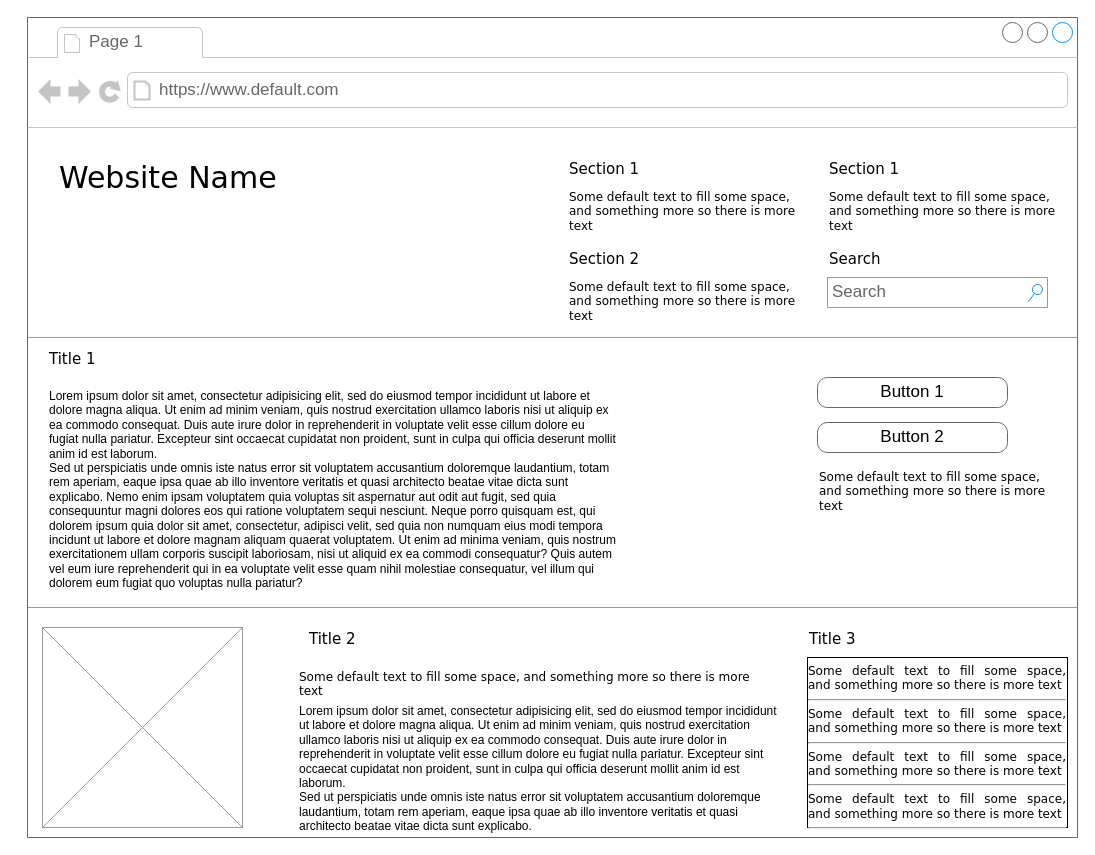
This is Diagrama sem título.drawio from AndreConforti/minicurso_de_Python, a draw.io file, before an edit. Source tidied: cells renumbered, new cells numbered last; positions are measured from the earlier drawing's top-left corner, leaving out a move shared by most shapes. Both pictures are drawn from the tidied source at 100%, with x=0, y=0 at pixel (27, 17).
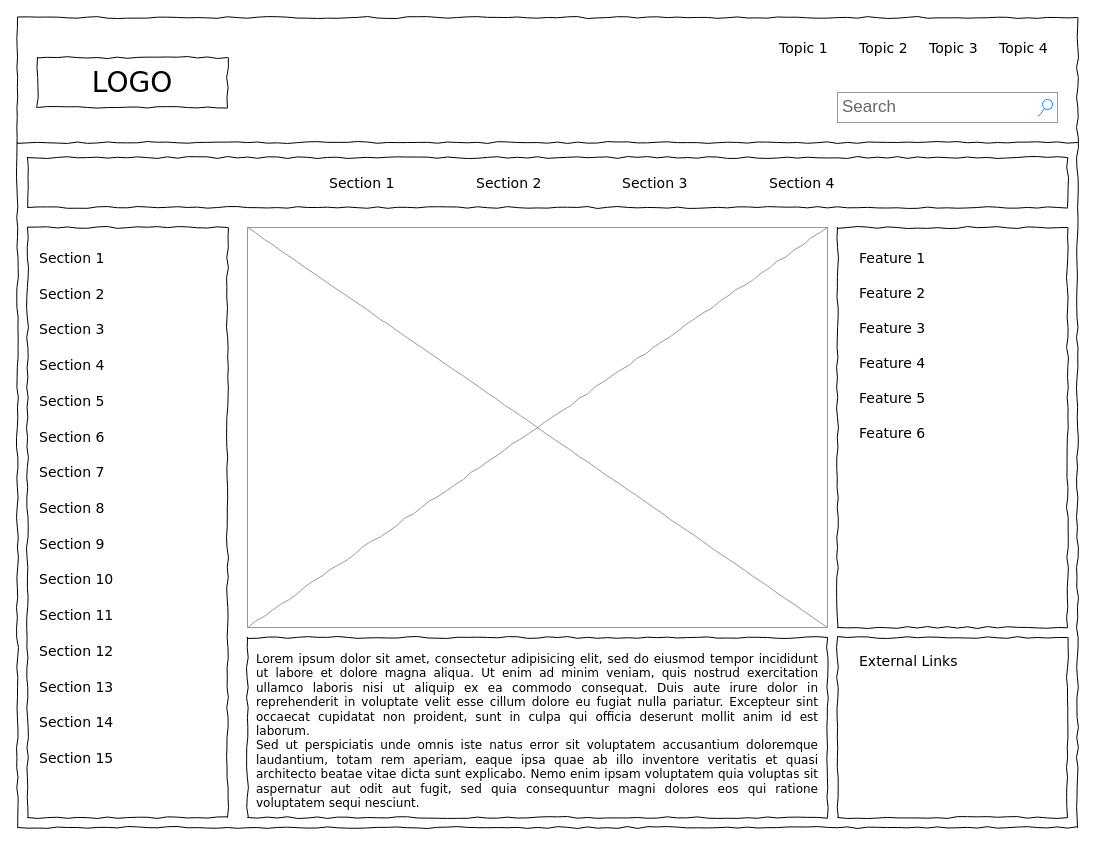
Above is the later version.

What changed in the source:
```diff
@@
-    <mxCell id="2" style="strokeWidth=1;shadow=0;dashed=0;align=center;html=1;shape=mxgraph.mockup.containers.browserWindow;rSize=0;strokeColor=#666666;mainText=,;rounded=0;labelBackgroundColor=none;fontFamily=Verdana;fontSize=12;" parent="1" vertex="1">
-      <mxGeometry width="1050" height="820" as="geometry" />
-    </mxCell>
-    <mxCell id="3" value="Page 1" style="strokeWidth=1;shadow=0;dashed=0;align=center;html=1;shape=mxgraph.mockup.containers.anchor;fontSize=17;fontColor=#666666;align=left;" parent="2" vertex="1">
-      <mxGeometry x="60" y="12" width="110" height="26" as="geometry" />
-    </mxCell>
-    <mxCell id="4" value="https://www.default.com" style="strokeWidth=1;shadow=0;dashed=0;align=center;html=1;shape=mxgraph.mockup.containers.anchor;rSize=0;fontSize=17;fontColor=#666666;align=left;" parent="2" vertex="1">
-      <mxGeometry x="130" y="60" width="250" height="26" as="geometry" />
-    </mxCell>
-    <mxCell id="5" value="Website Name" style="text;html=1;align=left;verticalAlign=top;spacingTop=-4;fontSize=30;fontFamily=Verdana;" parent="2" vertex="1">
-      <mxGeometry x="30" y="140" width="340" height="50" as="geometry" />
-    </mxCell>
-    <mxCell id="6" value="Section 1" style="text;html=1;align=left;verticalAlign=top;spacingTop=-4;fontSize=15;fontFamily=Verdana;" parent="2" vertex="1">
-      <mxGeometry x="540" y="140" width="170" height="30" as="geometry" />
-    </mxCell>
-    <mxCell id="7" value="Some default text to fill some space, and&amp;nbsp;&lt;span&gt;something more so there is more text&lt;/span&gt;" style="text;html=1;align=left;verticalAlign=top;spacingTop=-4;fontSize=12;fontFamily=Verdana;whiteSpace=wrap;" parent="2" vertex="1">
-      <mxGeometry x="540" y="170" width="240" height="40" as="geometry" />
-    </mxCell>
-    <mxCell id="8" value="Section 2" style="text;html=1;align=left;verticalAlign=top;spacingTop=-4;fontSize=15;fontFamily=Verdana;" parent="2" vertex="1">
-      <mxGeometry x="540" y="230" width="170" height="30" as="geometry" />
-    </mxCell>
-    <mxCell id="9" value="Some default text to fill some space, and&amp;nbsp;&lt;span&gt;something more so there is more text&lt;/span&gt;" style="text;html=1;align=left;verticalAlign=top;spacingTop=-4;fontSize=12;fontFamily=Verdana;whiteSpace=wrap;" parent="2" vertex="1">
-      <mxGeometry x="540" y="260" width="240" height="40" as="geometry" />
-    </mxCell>
-    <mxCell id="10" value="Section 1" style="text;html=1;align=left;verticalAlign=top;spacingTop=-4;fontSize=15;fontFamily=Verdana;" parent="2" vertex="1">
-      <mxGeometry x="800" y="140" width="170" height="30" as="geometry" />
-    </mxCell>
-    <mxCell id="11" value="Some default text to fill some space, and&amp;nbsp;&lt;span&gt;something more so there is more text&lt;/span&gt;" style="text;html=1;align=left;verticalAlign=top;spacingTop=-4;fontSize=12;fontFamily=Verdana;whiteSpace=wrap;" parent="2" vertex="1">
-      <mxGeometry x="800" y="170" width="240" height="40" as="geometry" />
-    </mxCell>
-    <mxCell id="12" value="Search" style="text;html=1;align=left;verticalAlign=top;spacingTop=-4;fontSize=15;fontFamily=Verdana;" parent="2" vertex="1">
-      <mxGeometry x="800" y="230" width="170" height="30" as="geometry" />
-    </mxCell>
-    <mxCell id="13" value="Search" style="strokeWidth=1;shadow=0;dashed=0;align=center;html=1;shape=mxgraph.mockup.forms.searchBox;strokeColor=#999999;mainText=;strokeColor2=#008cff;fontColor=#666666;fontSize=17;align=left;spacingLeft=3;rounded=0;labelBackgroundColor=none;" parent="2" vertex="1">
-      <mxGeometry x="800" y="260" width="220" height="30" as="geometry" />
-    </mxCell>
-    <mxCell id="14" style="verticalLabelPosition=bottom;shadow=0;dashed=0;align=center;html=1;verticalAlign=top;strokeWidth=1;shape=mxgraph.mockup.markup.line;strokeColor=#999999;rounded=0;labelBackgroundColor=none;fillColor=#ffffff;fontFamily=Verdana;fontSize=12;fontColor=#000000;" parent="2" vertex="1">
-      <mxGeometry y="310" width="1050" height="20" as="geometry" />
-    </mxCell>
-    <mxCell id="15" value="Title 1" style="text;html=1;align=left;verticalAlign=top;spacingTop=-4;fontSize=15;fontFamily=Verdana;" parent="2" vertex="1">
-      <mxGeometry x="20" y="330" width="170" height="30" as="geometry" />
-    </mxCell>
-    <mxCell id="16" value="Lorem ipsum dolor sit amet, consectetur adipisicing elit, sed do eiusmod tempor incididunt ut labore et dolore magna aliqua. Ut enim ad minim veniam, quis nostrud exercitation ullamco laboris nisi ut aliquip ex ea commodo consequat. Duis aute irure dolor in reprehenderit in voluptate velit esse cillum dolore eu fugiat nulla pariatur. Excepteur sint occaecat cupidatat non proident, sunt in culpa qui officia deserunt mollit anim id est laborum.&#10;Sed ut perspiciatis unde omnis iste natus error sit voluptatem accusantium doloremque laudantium, totam rem aperiam, eaque ipsa quae ab illo inventore veritatis et quasi architecto beatae vitae dicta sunt explicabo. Nemo enim ipsam voluptatem quia voluptas sit aspernatur aut odit aut fugit, sed quia consequuntur magni dolores eos qui ratione voluptatem sequi nesciunt. Neque porro quisquam est, qui dolorem ipsum quia dolor sit amet, consectetur, adipisci velit, sed quia non numquam eius modi tempora incidunt ut labore et dolore magnam aliquam quaerat voluptatem. Ut enim ad minima veniam, quis nostrum exercitationem ullam corporis suscipit laboriosam, nisi ut aliquid ex ea commodi consequatur? Quis autem vel eum iure reprehenderit qui in ea voluptate velit esse quam nihil molestiae consequatur, vel illum qui dolorem eum fugiat quo voluptas nulla pariatur?" style="text;spacingTop=-5;whiteSpace=wrap;html=1;align=left;fontSize=12;fontFamily=Helvetica;fillColor=none;strokeColor=none;rounded=0;shadow=1;labelBackgroundColor=none;" parent="2" vertex="1">
-      <mxGeometry x="20" y="370" width="570" height="240" as="geometry" />
-    </mxCell>
-    <mxCell id="17" value="Button 1" style="strokeWidth=1;shadow=0;dashed=0;align=center;html=1;shape=mxgraph.mockup.buttons.button;strokeColor=#666666;mainText=;buttonStyle=round;fontSize=17;fontStyle=0;fillColor=none;whiteSpace=wrap;rounded=0;labelBackgroundColor=none;" parent="2" vertex="1">
-      <mxGeometry x="790" y="360" width="190" height="30" as="geometry" />
-    </mxCell>
-    <mxCell id="18" value="Button 2" style="strokeWidth=1;shadow=0;dashed=0;align=center;html=1;shape=mxgraph.mockup.buttons.button;strokeColor=#666666;mainText=;buttonStyle=round;fontSize=17;fontStyle=0;fillColor=none;whiteSpace=wrap;rounded=0;labelBackgroundColor=none;" parent="2" vertex="1">
-      <mxGeometry x="790" y="405" width="190" height="30" as="geometry" />
-    </mxCell>
-    <mxCell id="19" value="Some default text to fill some space, and&amp;nbsp;&lt;span&gt;something more so there is more text&lt;/span&gt;" style="text;html=1;align=left;verticalAlign=top;spacingTop=-4;fontSize=12;fontFamily=Verdana;whiteSpace=wrap;" parent="2" vertex="1">
-      <mxGeometry x="790" y="450" width="240" height="40" as="geometry" />
-    </mxCell>
-    <mxCell id="20" style="verticalLabelPosition=bottom;shadow=0;dashed=0;align=center;html=1;verticalAlign=top;strokeWidth=1;shape=mxgraph.mockup.markup.line;strokeColor=#999999;rounded=0;labelBackgroundColor=none;fillColor=#ffffff;fontFamily=Verdana;fontSize=12;fontColor=#000000;" parent="2" vertex="1">
-      <mxGeometry y="580" width="1050" height="20" as="geometry" />
-    </mxCell>
-    <mxCell id="21" style="verticalLabelPosition=bottom;shadow=0;dashed=0;align=center;html=1;verticalAlign=top;strokeWidth=1;shape=mxgraph.mockup.graphics.simpleIcon;strokeColor=#999999;fillColor=#ffffff;rounded=0;labelBackgroundColor=none;fontFamily=Verdana;fontSize=12;fontColor=#000000;" parent="2" vertex="1">
-      <mxGeometry x="15" y="610" width="200" height="200" as="geometry" />
-    </mxCell>
-    <mxCell id="22" value="Title 2" style="text;html=1;align=left;verticalAlign=top;spacingTop=-4;fontSize=15;fontFamily=Verdana;" parent="2" vertex="1">
-      <mxGeometry x="280" y="610" width="170" height="30" as="geometry" />
-    </mxCell>
-    <mxCell id="23" value="Title 3" style="text;html=1;align=left;verticalAlign=top;spacingTop=-4;fontSize=15;fontFamily=Verdana;" parent="2" vertex="1">
-      <mxGeometry x="780" y="610" width="170" height="30" as="geometry" />
-    </mxCell>
-    <mxCell id="24" value="&lt;div style=&quot;text-align: justify&quot;&gt;&lt;span&gt;Some default text to fill some space, and&amp;nbsp;&lt;/span&gt;&lt;span&gt;something more so there is more text&lt;/span&gt;&lt;/div&gt;&lt;div style=&quot;text-align: justify&quot;&gt;&lt;hr id=&quot;null&quot; style=&quot;text-align: justify&quot;&gt;&lt;span&gt;&lt;div style=&quot;text-align: justify&quot;&gt;&lt;span&gt;Some default text to fill some space, and&amp;nbsp;&lt;/span&gt;&lt;span&gt;something more so there is more text&lt;/span&gt;&lt;/div&gt;&lt;/span&gt;&lt;/div&gt;&lt;hr id=&quot;null&quot; style=&quot;text-align: justify&quot;&gt;&lt;span&gt;&lt;div style=&quot;text-align: justify&quot;&gt;&lt;span&gt;Some default text to fill some space, and&amp;nbsp;&lt;/span&gt;&lt;span&gt;something more so there is more text&lt;/span&gt;&lt;/div&gt;&lt;/span&gt;&lt;hr id=&quot;null&quot; style=&quot;text-align: justify&quot;&gt;&lt;span&gt;&lt;div style=&quot;text-align: justify&quot;&gt;&lt;span&gt;Some default text to fill some space, and&amp;nbsp;&lt;/span&gt;&lt;span&gt;something more so there is more text&lt;/span&gt;&lt;/div&gt;&lt;/span&gt;&lt;hr id=&quot;null&quot; style=&quot;text-align: left&quot;&gt;" style="whiteSpace=wrap;html=1;rounded=0;shadow=0;labelBackgroundColor=none;strokeWidth=1;fontFamily=Verdana;fontSize=12;align=center;verticalAlign=top;" parent="2" vertex="1">
-      <mxGeometry x="780" y="640" width="260" height="170" as="geometry" />
-    </mxCell>
-    <mxCell id="25" value="Some default text to fill some space, and&amp;nbsp;&lt;span&gt;something more so there is more text&lt;/span&gt;" style="text;html=1;align=left;verticalAlign=top;spacingTop=-4;fontSize=12;fontFamily=Verdana;whiteSpace=wrap;" parent="2" vertex="1">
-      <mxGeometry x="270" y="650" width="470" height="40" as="geometry" />
-    </mxCell>
-    <mxCell id="26" value="Lorem ipsum dolor sit amet, consectetur adipisicing elit, sed do eiusmod tempor incididunt ut labore et dolore magna aliqua. Ut enim ad minim veniam, quis nostrud exercitation ullamco laboris nisi ut aliquip ex ea commodo consequat. Duis aute irure dolor in reprehenderit in voluptate velit esse cillum dolore eu fugiat nulla pariatur. Excepteur sint occaecat cupidatat non proident, sunt in culpa qui officia deserunt mollit anim id est laborum.&lt;br&gt;Sed ut perspiciatis unde omnis iste natus error sit voluptatem accusantium doloremque laudantium, totam rem aperiam, eaque ipsa quae ab illo inventore veritatis et quasi architecto beatae vitae dicta sunt explicabo.&amp;nbsp;" style="text;spacingTop=-5;whiteSpace=wrap;html=1;align=left;fontSize=12;fontFamily=Helvetica;fillColor=none;strokeColor=none;rounded=0;shadow=1;labelBackgroundColor=none;" parent="1" vertex="1">
-      <mxGeometry x="270" y="685" width="490" height="125" as="geometry" />
-    </mxCell>
+    <mxCell id="27" style="whiteSpace=wrap;html=1;rounded=0;shadow=0;labelBackgroundColor=none;strokeColor=#000000;strokeWidth=1;fillColor=none;fontFamily=Verdana;fontSize=12;fontColor=#000000;align=center;comic=1;" parent="1" vertex="1">
+      <mxGeometry x="-10" width="1060" height="810" as="geometry" />
+    </mxCell>
+    <mxCell id="28" value="LOGO" style="whiteSpace=wrap;html=1;rounded=0;shadow=0;labelBackgroundColor=none;strokeWidth=1;fontFamily=Verdana;fontSize=28;align=center;comic=1;" parent="1" vertex="1">
+      <mxGeometry x="10" y="40" width="190" height="50" as="geometry" />
+    </mxCell>
+    <mxCell id="29" value="Search" style="strokeWidth=1;shadow=0;dashed=0;align=center;html=1;shape=mxgraph.mockup.forms.searchBox;strokeColor=#999999;mainText=;strokeColor2=#008cff;fontColor=#666666;fontSize=17;align=left;spacingLeft=3;rounded=0;labelBackgroundColor=none;comic=1;" parent="1" vertex="1">
+      <mxGeometry x="810" y="75" width="220" height="30" as="geometry" />
+    </mxCell>
+    <mxCell id="30" value="Topic 1" style="text;html=1;align=left;verticalAlign=top;spacingTop=-4;fontSize=14;fontFamily=Verdana;" parent="1" vertex="1">
+      <mxGeometry x="750" y="20" width="60" height="20" as="geometry" />
+    </mxCell>
+    <mxCell id="31" value="Topic 2" style="text;html=1;align=left;verticalAlign=top;spacingTop=-4;fontSize=14;fontFamily=Verdana;" parent="1" vertex="1">
+      <mxGeometry x="830" y="20" width="60" height="20" as="geometry" />
+    </mxCell>
+    <mxCell id="32" value="Topic 3" style="text;html=1;align=left;verticalAlign=top;spacingTop=-4;fontSize=14;fontFamily=Verdana;" parent="1" vertex="1">
+      <mxGeometry x="900" y="20" width="60" height="20" as="geometry" />
+    </mxCell>
+    <mxCell id="33" value="Topic 4" style="text;html=1;align=left;verticalAlign=top;spacingTop=-4;fontSize=14;fontFamily=Verdana;" parent="1" vertex="1">
+      <mxGeometry x="970" y="20" width="60" height="20" as="geometry" />
+    </mxCell>
+    <mxCell id="34" style="whiteSpace=wrap;html=1;rounded=0;shadow=0;labelBackgroundColor=none;strokeWidth=1;fillColor=none;fontFamily=Verdana;fontSize=12;align=center;comic=1;" parent="1" vertex="1">
+      <mxGeometry y="210" width="200" height="590" as="geometry" />
+    </mxCell>
+    <mxCell id="35" style="line;strokeWidth=1;html=1;rounded=0;shadow=0;labelBackgroundColor=none;fillColor=none;fontFamily=Verdana;fontSize=14;fontColor=#000000;align=center;comic=1;" parent="1" vertex="1">
+      <mxGeometry x="-10" y="120" width="1060" height="10" as="geometry" />
+    </mxCell>
+    <mxCell id="36" style="whiteSpace=wrap;html=1;rounded=0;shadow=0;labelBackgroundColor=none;strokeWidth=1;fillColor=none;fontFamily=Verdana;fontSize=12;align=center;comic=1;" parent="1" vertex="1">
+      <mxGeometry y="140" width="1040" height="50" as="geometry" />
+    </mxCell>
+    <mxCell id="37" value="Section 1" style="text;html=1;align=left;verticalAlign=top;spacingTop=-4;fontSize=14;fontFamily=Verdana;" parent="1" vertex="1">
+      <mxGeometry x="300" y="155" width="60" height="20" as="geometry" />
+    </mxCell>
+    <mxCell id="38" value="Section 2" style="text;html=1;align=left;verticalAlign=top;spacingTop=-4;fontSize=14;fontFamily=Verdana;" parent="1" vertex="1">
+      <mxGeometry x="447" y="155" width="60" height="20" as="geometry" />
+    </mxCell>
+    <mxCell id="39" value="Section 3" style="text;html=1;align=left;verticalAlign=top;spacingTop=-4;fontSize=14;fontFamily=Verdana;" parent="1" vertex="1">
+      <mxGeometry x="593" y="155" width="60" height="20" as="geometry" />
+    </mxCell>
+    <mxCell id="40" value="Section 4" style="text;html=1;align=left;verticalAlign=top;spacingTop=-4;fontSize=14;fontFamily=Verdana;" parent="1" vertex="1">
+      <mxGeometry x="740" y="155" width="60" height="20" as="geometry" />
+    </mxCell>
+    <mxCell id="41" value="&lt;div style=&quot;text-align: justify&quot;&gt;&lt;span&gt;Lorem ipsum dolor sit amet, consectetur adipisicing elit, sed do eiusmod tempor incididunt ut labore et dolore magna aliqua. Ut enim ad minim veniam, quis nostrud exercitation ullamco laboris nisi ut aliquip ex ea commodo consequat. Duis aute irure dolor in reprehenderit in voluptate velit esse cillum dolore eu fugiat nulla pariatur. Excepteur sint occaecat cupidatat non proident, sunt in culpa qui officia deserunt mollit anim id est laborum.&lt;/span&gt;&lt;/div&gt;&lt;div style=&quot;text-align: justify&quot;&gt;&lt;span&gt;Sed ut perspiciatis unde omnis iste natus error sit voluptatem accusantium doloremque laudantium, totam rem aperiam, eaque ipsa quae ab illo inventore veritatis et quasi architecto beatae vitae dicta sunt explicabo. Nemo enim ipsam voluptatem quia voluptas sit aspernatur aut odit aut fugit, sed quia consequuntur magni dolores eos qui ratione voluptatem sequi nesciunt.&amp;nbsp;&lt;/span&gt;&lt;/div&gt;" style="whiteSpace=wrap;html=1;rounded=0;shadow=0;labelBackgroundColor=none;strokeWidth=1;fillColor=none;fontFamily=Verdana;fontSize=12;align=center;verticalAlign=top;spacing=10;comic=1;" parent="1" vertex="1">
+      <mxGeometry x="220" y="620" width="580" height="180" as="geometry" />
+    </mxCell>
+    <mxCell id="42" style="verticalLabelPosition=bottom;shadow=0;dashed=0;align=center;html=1;verticalAlign=top;strokeWidth=1;shape=mxgraph.mockup.graphics.simpleIcon;strokeColor=#999999;rounded=0;labelBackgroundColor=none;fontFamily=Verdana;fontSize=14;fontColor=#000000;comic=1;" parent="1" vertex="1">
+      <mxGeometry x="220" y="210" width="580" height="400" as="geometry" />
+    </mxCell>
+    <mxCell id="43" style="whiteSpace=wrap;html=1;rounded=0;shadow=0;labelBackgroundColor=none;strokeWidth=1;fillColor=none;fontFamily=Verdana;fontSize=12;align=center;comic=1;" parent="1" vertex="1">
+      <mxGeometry x="810" y="210" width="230" height="400" as="geometry" />
+    </mxCell>
+    <mxCell id="44" style="whiteSpace=wrap;html=1;rounded=0;shadow=0;labelBackgroundColor=none;strokeWidth=1;fillColor=none;fontFamily=Verdana;fontSize=12;align=center;comic=1;" parent="1" vertex="1">
+      <mxGeometry x="810" y="620" width="230" height="180" as="geometry" />
+    </mxCell>
+    <mxCell id="45" value="Section 1" style="text;html=1;align=left;verticalAlign=top;spacingTop=-4;fontSize=14;fontFamily=Verdana;" parent="1" vertex="1">
+      <mxGeometry x="10" y="230" width="170" height="20" as="geometry" />
+    </mxCell>
+    <mxCell id="46" value="Section 2" style="text;html=1;align=left;verticalAlign=top;spacingTop=-4;fontSize=14;fontFamily=Verdana;" parent="1" vertex="1">
+      <mxGeometry x="10" y="266" width="170" height="20" as="geometry" />
+    </mxCell>
+    <mxCell id="47" value="Section 3" style="text;html=1;align=left;verticalAlign=top;spacingTop=-4;fontSize=14;fontFamily=Verdana;" parent="1" vertex="1">
+      <mxGeometry x="10" y="301" width="170" height="20" as="geometry" />
+    </mxCell>
+    <mxCell id="48" value="Section 4" style="text;html=1;align=left;verticalAlign=top;spacingTop=-4;fontSize=14;fontFamily=Verdana;" parent="1" vertex="1">
+      <mxGeometry x="10" y="337" width="170" height="20" as="geometry" />
+    </mxCell>
+    <mxCell id="49" value="Section 7" style="text;html=1;align=left;verticalAlign=top;spacingTop=-4;fontSize=14;fontFamily=Verdana;" parent="1" vertex="1">
+      <mxGeometry x="10" y="444" width="170" height="20" as="geometry" />
+    </mxCell>
+    <mxCell id="50" value="Section 8" style="text;html=1;align=left;verticalAlign=top;spacingTop=-4;fontSize=14;fontFamily=Verdana;" parent="1" vertex="1">
+      <mxGeometry x="10" y="480" width="170" height="20" as="geometry" />
+    </mxCell>
+    <mxCell id="51" value="Section 9" style="text;html=1;align=left;verticalAlign=top;spacingTop=-4;fontSize=14;fontFamily=Verdana;" parent="1" vertex="1">
+      <mxGeometry x="10" y="516" width="170" height="20" as="geometry" />
+    </mxCell>
+    <mxCell id="52" value="Section 10" style="text;html=1;align=left;verticalAlign=top;spacingTop=-4;fontSize=14;fontFamily=Verdana;" parent="1" vertex="1">
+      <mxGeometry x="10" y="551" width="170" height="20" as="geometry" />
+    </mxCell>
+    <mxCell id="53" value="Section 11" style="text;html=1;align=left;verticalAlign=top;spacingTop=-4;fontSize=14;fontFamily=Verdana;" parent="1" vertex="1">
+      <mxGeometry x="10" y="587" width="170" height="20" as="geometry" />
+    </mxCell>
+    <mxCell id="54" value="Section 12" style="text;html=1;align=left;verticalAlign=top;spacingTop=-4;fontSize=14;fontFamily=Verdana;" parent="1" vertex="1">
+      <mxGeometry x="10" y="623" width="170" height="20" as="geometry" />
+    </mxCell>
+    <mxCell id="55" value="Section 13" style="text;html=1;align=left;verticalAlign=top;spacingTop=-4;fontSize=14;fontFamily=Verdana;" parent="1" vertex="1">
+      <mxGeometry x="10" y="659" width="170" height="20" as="geometry" />
+    </mxCell>
+    <mxCell id="56" value="Section 14" style="text;html=1;align=left;verticalAlign=top;spacingTop=-4;fontSize=14;fontFamily=Verdana;" parent="1" vertex="1">
+      <mxGeometry x="10" y="694" width="170" height="20" as="geometry" />
+    </mxCell>
+    <mxCell id="57" value="Section 5" style="text;html=1;align=left;verticalAlign=top;spacingTop=-4;fontSize=14;fontFamily=Verdana;" parent="1" vertex="1">
+      <mxGeometry x="10" y="373" width="170" height="20" as="geometry" />
+    </mxCell>
+    <mxCell id="58" value="Section 6" style="text;html=1;align=left;verticalAlign=top;spacingTop=-4;fontSize=14;fontFamily=Verdana;" parent="1" vertex="1">
+      <mxGeometry x="10" y="409" width="170" height="20" as="geometry" />
+    </mxCell>
+    <mxCell id="59" value="Section 15" style="text;html=1;align=left;verticalAlign=top;spacingTop=-4;fontSize=14;fontFamily=Verdana;" parent="1" vertex="1">
+      <mxGeometry x="10" y="730" width="170" height="20" as="geometry" />
+    </mxCell>
+    <mxCell id="60" value="External Links" style="text;html=1;align=left;verticalAlign=top;spacingTop=-4;fontSize=14;fontFamily=Verdana;" parent="1" vertex="1">
+      <mxGeometry x="830" y="633" width="170" height="20" as="geometry" />
+    </mxCell>
+    <mxCell id="61" value="Feature 1" style="text;html=1;align=left;verticalAlign=top;spacingTop=-4;fontSize=14;fontFamily=Verdana;" parent="1" vertex="1">
+      <mxGeometry x="830" y="230" width="170" height="20" as="geometry" />
+    </mxCell>
+    <mxCell id="62" value="Feature 2" style="text;html=1;align=left;verticalAlign=top;spacingTop=-4;fontSize=14;fontFamily=Verdana;" parent="1" vertex="1">
+      <mxGeometry x="830" y="265" width="170" height="20" as="geometry" />
+    </mxCell>
+    <mxCell id="63" value="Feature 3" style="text;html=1;align=left;verticalAlign=top;spacingTop=-4;fontSize=14;fontFamily=Verdana;" parent="1" vertex="1">
+      <mxGeometry x="830" y="300" width="170" height="20" as="geometry" />
+    </mxCell>
+    <mxCell id="64" value="Feature 4" style="text;html=1;align=left;verticalAlign=top;spacingTop=-4;fontSize=14;fontFamily=Verdana;" parent="1" vertex="1">
+      <mxGeometry x="830" y="335" width="170" height="20" as="geometry" />
+    </mxCell>
+    <mxCell id="65" value="Feature 5" style="text;html=1;align=left;verticalAlign=top;spacingTop=-4;fontSize=14;fontFamily=Verdana;" parent="1" vertex="1">
+      <mxGeometry x="830" y="370" width="170" height="20" as="geometry" />
+    </mxCell>
+    <mxCell id="66" value="Feature 6" style="text;html=1;align=left;verticalAlign=top;spacingTop=-4;fontSize=14;fontFamily=Verdana;" parent="1" vertex="1">
+      <mxGeometry x="830" y="405" width="170" height="20" as="geometry" />
+    </mxCell>
```
